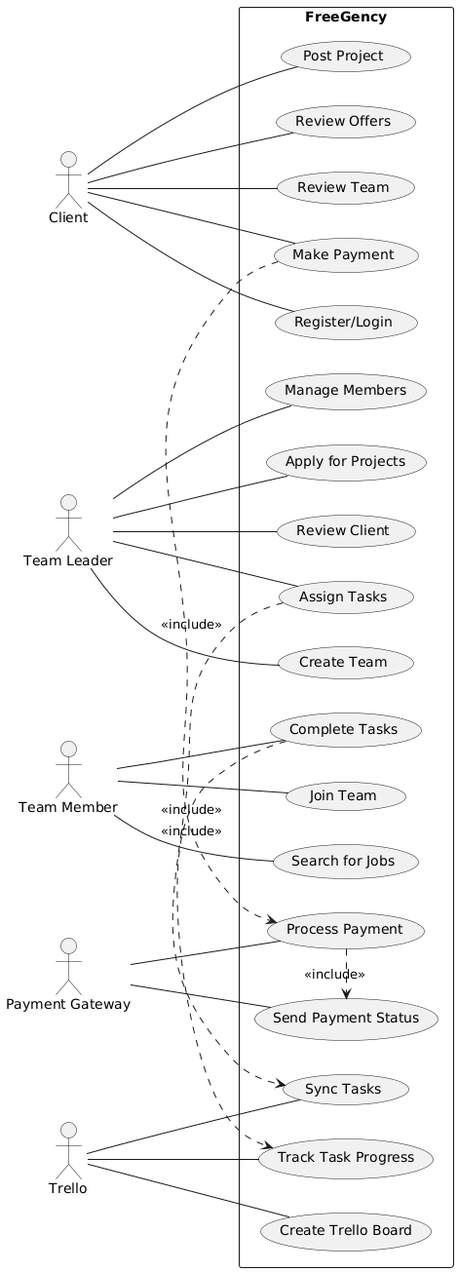
Above: FreeGencyUseCase.png in abdelfattahelnaggar/FreeGency (PlantUML), before the change.
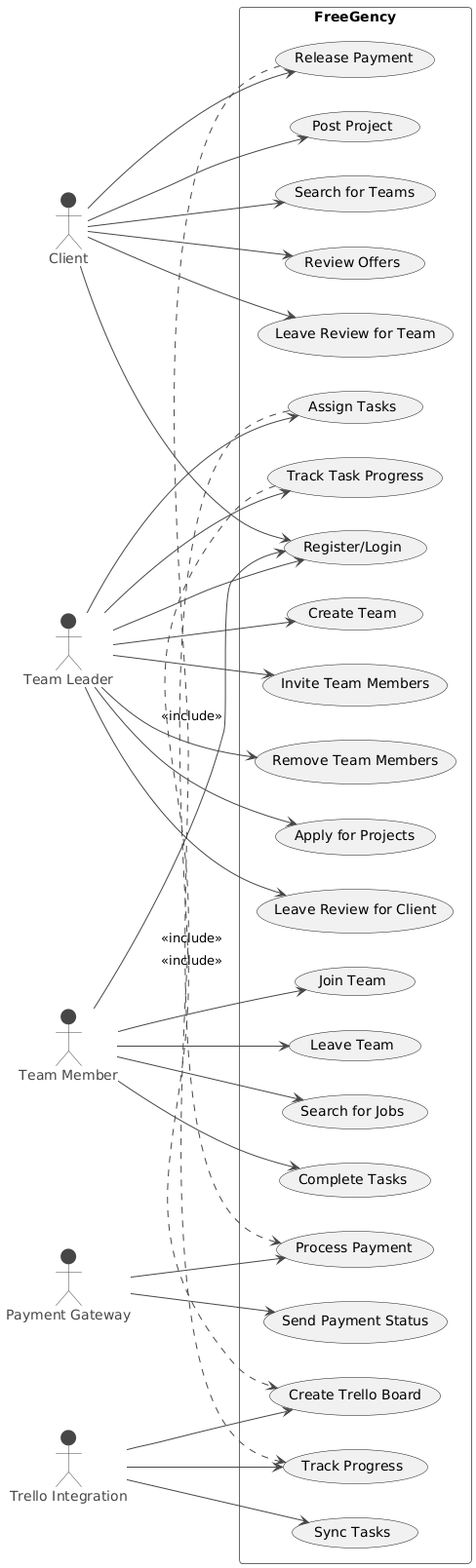
After the commit.

Diff of the diagram source:
```diff
@@ -1,39 +1,45 @@
 @startuml
+!theme vibrant
 left to right direction
 
 actor Client
 actor "Team Leader" as TeamLeader
 actor "Team Member" as TeamMember
 actor "Payment Gateway" as PaymentGateway
-actor "Trello" as Trello
+actor "Trello Integration" as TrelloIntegration
 
 rectangle FreeGency {
-  Client -- (Register/Login)
-  Client -- (Post Project)
-  Client -- (Review Offers)
-  Client -- (Make Payment)
-  Client -- (Review Team)
+  Client --> (Register/Login)
+  Client --> (Post Project)
+  Client --> (Search for Teams)
+  Client --> (Review Offers)
+  Client --> (Release Payment)
+  Client --> (Leave Review for Team)
 
-  TeamLeader -- (Create Team)
-  TeamLeader -- (Manage Members)
-  TeamLeader -- (Assign Tasks)
-  TeamLeader -- (Apply for Projects)
-  TeamLeader -- (Review Client)
+  TeamLeader --> (Register/Login)
+  TeamLeader --> (Create Team)
+  TeamLeader --> (Invite Team Members)
+  TeamLeader --> (Remove Team Members)
+  TeamLeader --> (Apply for Projects)
+  TeamLeader --> (Assign Tasks)
+  TeamLeader --> (Track Task Progress)
+  TeamLeader --> (Leave Review for Client)
 
-  TeamMember -- (Join Team)
-  TeamMember -- (Search for Jobs)
-  TeamMember -- (Complete Tasks)
+  TeamMember --> (Register/Login)
+  TeamMember --> (Join Team)
+  TeamMember --> (Leave Team)
+  TeamMember --> (Search for Jobs)
+  TeamMember --> (Complete Tasks)
 
-  PaymentGateway -- (Process Payment)
-  PaymentGateway -- (Send Payment Status)
+  PaymentGateway --> (Process Payment)
+  PaymentGateway --> (Send Payment Status)
 
-  Trello -- (Create Trello Board)
-  Trello -- (Sync Tasks)
-  Trello -- (Track Task Progress)
+  TrelloIntegration --> (Create Trello Board)
+  TrelloIntegration --> (Sync Tasks)
+  TrelloIntegration --> (Track Progress)
 
-  (Assign Tasks) .> (Sync Tasks) : <<include>>
-  (Complete Tasks) .> (Track Task Progress) : <<include>>
-  (Make Payment) .> (Process Payment) : <<include>>
-  (Process Payment) .> (Send Payment Status) : <<include>>
+  (Release Payment) .> (Process Payment) : <<include>>
+  (Assign Tasks) .> (Create Trello Board) : <<include>>
+  (Track Task Progress) .> (Track Progress) : <<include>>
 }
 @enduml
```
